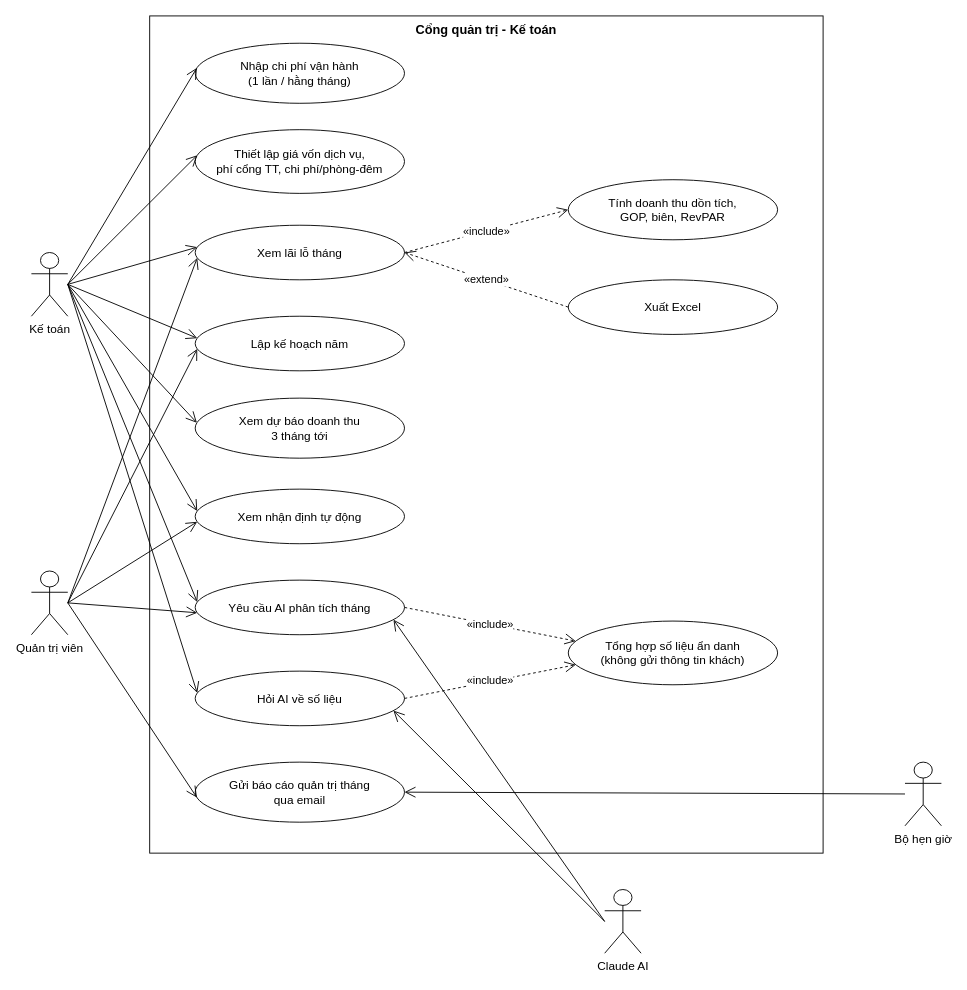
Above: docs/use-case/uc7-lai-lo-ai.drawio in ngynquchn2511/beach-hotel (draw.io), before the change. Source tidied: cells renumbered, new cells numbered last; positions are measured from the earlier drawing's top-left corner, leaving out a move shared by most shapes. Both pictures are drawn from the tidied source at 91%, with x=0, y=0 at pixel (31, 15).
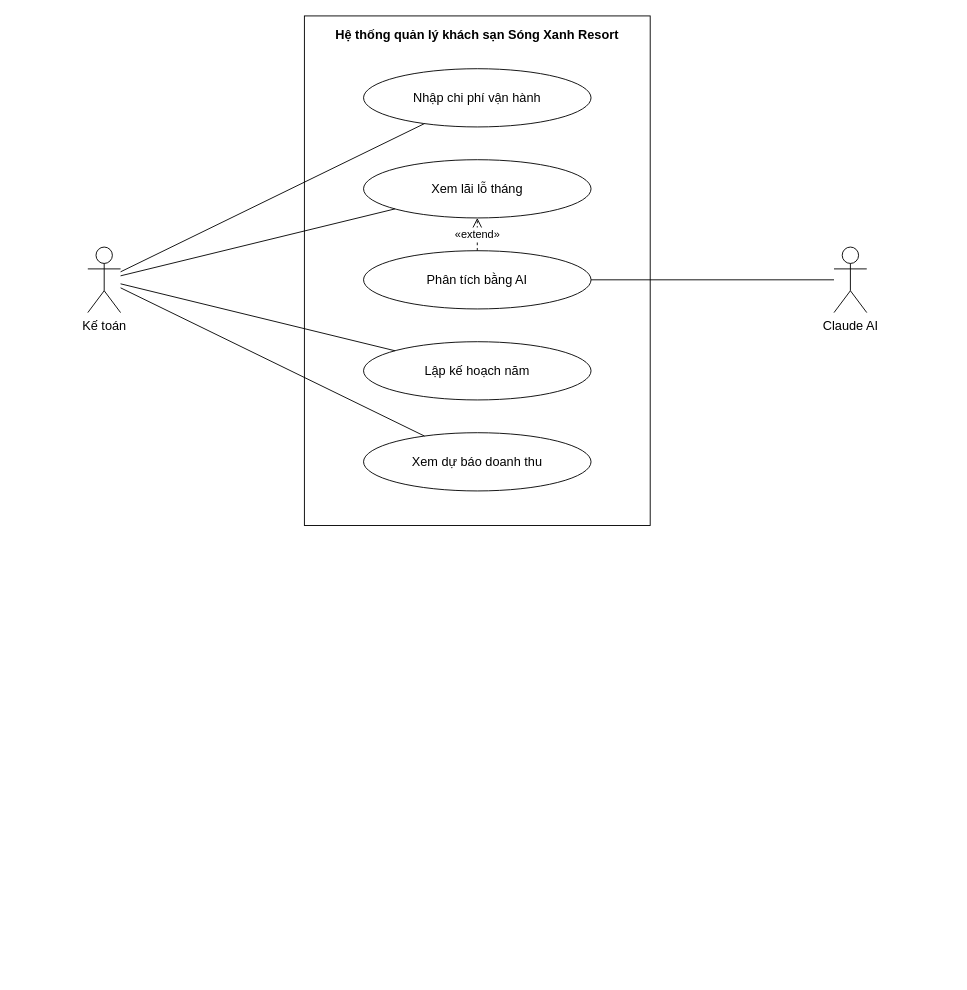
The same page after the edit.

What changed in the source:
```diff
@@
-<mxGraphModel>
+<mxGraphModel background="#FFFFFF">
@@
-    <mxCell id="2" value="Cổng quản trị - Kế toán" style="rounded=0;whiteSpace=wrap;html=1;verticalAlign=top;fontStyle=1;fontSize=14;fillColor=none;strokeColor=#000000;" parent="1" vertex="1">
-      <mxGeometry x="130" width="740" height="920" as="geometry" />
-    </mxCell>
+    <mxCell id="39" value="Hệ thống quản lý khách sạn Sóng Xanh Resort" style="fontFamily=Arial;fontColor=#000000;rounded=0;whiteSpace=wrap;html=1;verticalAlign=top;fontStyle=1;fontSize=14;fillColor=none;strokeColor=#000000;spacingTop=6;" parent="1" vertex="1">
+      <mxGeometry x="300" width="380" height="560" as="geometry" />
+    </mxCell>
+    <mxCell id="40" value="Nhập chi phí vận hành" style="fontFamily=Arial;fontColor=#000000;ellipse;whiteSpace=wrap;html=1;fillColor=#FFFFFF;strokeColor=#000000;fontSize=14;" parent="1" vertex="1">
+      <mxGeometry x="365" y="58" width="250" height="64" as="geometry" />
+    </mxCell>
+    <mxCell id="9" value="Xem lãi lỗ tháng" style="fontFamily=Arial;fontColor=#000000;ellipse;whiteSpace=wrap;html=1;fillColor=#FFFFFF;strokeColor=#000000;fontSize=14;" parent="1" vertex="1">
+      <mxGeometry x="365" y="158" width="250" height="64" as="geometry" />
+    </mxCell>
+    <mxCell id="41" value="Phân tích bằng AI" style="fontFamily=Arial;fontColor=#000000;ellipse;whiteSpace=wrap;html=1;fillColor=#FFFFFF;strokeColor=#000000;fontSize=14;" parent="1" vertex="1">
+      <mxGeometry x="365" y="258" width="250" height="64" as="geometry" />
+    </mxCell>
+    <mxCell id="10" value="Lập kế hoạch năm" style="fontFamily=Arial;fontColor=#000000;ellipse;whiteSpace=wrap;html=1;fillColor=#FFFFFF;strokeColor=#000000;fontSize=14;" parent="1" vertex="1">
+      <mxGeometry x="365" y="358" width="250" height="64" as="geometry" />
+    </mxCell>
+    <mxCell id="42" value="Xem dự báo doanh thu" style="fontFamily=Arial;fontColor=#000000;ellipse;whiteSpace=wrap;html=1;fillColor=#FFFFFF;strokeColor=#000000;fontSize=14;" parent="1" vertex="1">
+      <mxGeometry x="365" y="458" width="250" height="64" as="geometry" />
+    </mxCell>
-    <mxCell id="3" value="Kế toán" style="shape=umlActor;verticalLabelPosition=bottom;verticalAlign=top;html=1;outlineConnect=0;fillColor=#FFFFFF;strokeColor=#000000;fontSize=13;" parent="1" vertex="1">
-      <mxGeometry y="260" width="40" height="70" as="geometry" />
+    <mxCell id="3" value="Kế toán" style="fontFamily=Arial;fontColor=#000000;shape=umlActor;verticalLabelPosition=bottom;verticalAlign=top;html=1;outlineConnect=0;fillColor=#FFFFFF;strokeColor=#000000;fontSize=14;" parent="1" vertex="1">
+      <mxGeometry x="62" y="254" width="36" height="72" as="geometry" />
     </mxCell>
-    <mxCell id="4" value="Quản trị viên" style="shape=umlActor;verticalLabelPosition=bottom;verticalAlign=top;html=1;outlineConnect=0;fillColor=#FFFFFF;strokeColor=#000000;fontSize=13;" parent="1" vertex="1">
-      <mxGeometry y="610" width="40" height="70" as="geometry" />
-    </mxCell>
-    <mxCell id="5" value="Claude AI" style="shape=umlActor;verticalLabelPosition=bottom;verticalAlign=top;html=1;outlineConnect=0;fillColor=#FFFFFF;strokeColor=#000000;fontSize=13;" parent="1" vertex="1">
-      <mxGeometry x="630" y="960" width="40" height="70" as="geometry" />
+    <mxCell id="5" value="Claude AI" style="fontFamily=Arial;fontColor=#000000;shape=umlActor;verticalLabelPosition=bottom;verticalAlign=top;html=1;outlineConnect=0;fillColor=#FFFFFF;strokeColor=#000000;fontSize=14;" parent="1" vertex="1">
+      <mxGeometry x="882" y="254" width="36" height="72" as="geometry" />
     </mxCell>
-    <mxCell id="6" value="Bộ hẹn giờ" style="shape=umlActor;verticalLabelPosition=bottom;verticalAlign=top;html=1;outlineConnect=0;fillColor=#FFFFFF;strokeColor=#000000;fontSize=13;" parent="1" vertex="1">
-      <mxGeometry x="960" y="820" width="40" height="70" as="geometry" />
-    </mxCell>
-    <mxCell id="7" value="Nhập chi phí vận hành&lt;br&gt;(1 lần / hằng tháng)" style="ellipse;whiteSpace=wrap;html=1;fillColor=#FFFFFF;strokeColor=#000000;fontSize=13;" parent="1" vertex="1">
-      <mxGeometry x="180" y="30" width="230" height="66" as="geometry" />
-    </mxCell>
-    <mxCell id="8" value="Thiết lập giá vốn dịch vụ,&lt;br&gt;phí cổng TT, chi phí/phòng-đêm" style="ellipse;whiteSpace=wrap;html=1;fillColor=#FFFFFF;strokeColor=#000000;fontSize=13;" parent="1" vertex="1">
-      <mxGeometry x="180" y="125" width="230" height="70" as="geometry" />
-    </mxCell>
-    <mxCell id="9" value="Xem lãi lỗ tháng" style="ellipse;whiteSpace=wrap;html=1;fillColor=#FFFFFF;strokeColor=#000000;fontSize=13;" parent="1" vertex="1">
-      <mxGeometry x="180" y="230" width="230" height="60" as="geometry" />
-    </mxCell>
-    <mxCell id="10" value="Lập kế hoạch năm" style="ellipse;whiteSpace=wrap;html=1;fillColor=#FFFFFF;strokeColor=#000000;fontSize=13;" parent="1" vertex="1">
-      <mxGeometry x="180" y="330" width="230" height="60" as="geometry" />
-    </mxCell>
-    <mxCell id="11" value="Xem dự báo doanh thu&lt;br&gt;3 tháng tới" style="ellipse;whiteSpace=wrap;html=1;fillColor=#FFFFFF;strokeColor=#000000;fontSize=13;" parent="1" vertex="1">
-      <mxGeometry x="180" y="420" width="230" height="66" as="geometry" />
-    </mxCell>
-    <mxCell id="12" value="Xem nhận định tự động" style="ellipse;whiteSpace=wrap;html=1;fillColor=#FFFFFF;strokeColor=#000000;fontSize=13;" parent="1" vertex="1">
-      <mxGeometry x="180" y="520" width="230" height="60" as="geometry" />
-    </mxCell>
-    <mxCell id="13" value="Yêu cầu AI phân tích tháng" style="ellipse;whiteSpace=wrap;html=1;fillColor=#FFFFFF;strokeColor=#000000;fontSize=13;" parent="1" vertex="1">
-      <mxGeometry x="180" y="620" width="230" height="60" as="geometry" />
-    </mxCell>
-    <mxCell id="14" value="Hỏi AI về số liệu" style="ellipse;whiteSpace=wrap;html=1;fillColor=#FFFFFF;strokeColor=#000000;fontSize=13;" parent="1" vertex="1">
-      <mxGeometry x="180" y="720" width="230" height="60" as="geometry" />
-    </mxCell>
-    <mxCell id="15" value="Gửi báo cáo quản trị tháng&lt;br&gt;qua email" style="ellipse;whiteSpace=wrap;html=1;fillColor=#FFFFFF;strokeColor=#000000;fontSize=13;" parent="1" vertex="1">
-      <mxGeometry x="180" y="820" width="230" height="66" as="geometry" />
-    </mxCell>
-    <mxCell id="16" value="Tính doanh thu dồn tích,&lt;br&gt;GOP, biên, RevPAR" style="ellipse;whiteSpace=wrap;html=1;fillColor=#FFFFFF;strokeColor=#000000;fontSize=13;" parent="1" vertex="1">
-      <mxGeometry x="590" y="180" width="230" height="66" as="geometry" />
-    </mxCell>
-    <mxCell id="17" value="Xuất Excel" style="ellipse;whiteSpace=wrap;html=1;fillColor=#FFFFFF;strokeColor=#000000;fontSize=13;" parent="1" vertex="1">
-      <mxGeometry x="590" y="290" width="230" height="60" as="geometry" />
-    </mxCell>
-    <mxCell id="18" value="Tổng hợp số liệu ẩn danh&lt;br&gt;(không gửi thông tin khách)" style="ellipse;whiteSpace=wrap;html=1;fillColor=#FFFFFF;strokeColor=#000000;fontSize=13;" parent="1" vertex="1">
-      <mxGeometry x="590" y="665" width="230" height="70" as="geometry" />
-    </mxCell>
-    <mxCell id="19" style="endArrow=open;endSize=10;html=1;strokeColor=#000000;entryX=0;entryY=0.4;entryDx=0;entryDy=0;exitX=1;exitY=0.5;exitPerimeter=0;" parent="1" edge="1" source="3" target="7">
-      <mxGeometry relative="1" as="geometry" />
-    </mxCell>
-    <mxCell id="20" style="endArrow=open;endSize=10;html=1;strokeColor=#000000;entryX=0;entryY=0.4;entryDx=0;entryDy=0;exitX=1;exitY=0.5;exitPerimeter=0;" parent="1" edge="1" source="3" target="8">
-      <mxGeometry relative="1" as="geometry" />
-    </mxCell>
+    <mxCell id="43" style="fontFamily=Arial;fontColor=#000000;endArrow=none;html=1;strokeColor=#000000;rounded=0;" parent="1" edge="1" source="3" target="40">
+      <mxGeometry relative="1" as="geometry" />
+    </mxCell>
-    <mxCell id="21" style="endArrow=open;endSize=10;html=1;strokeColor=#000000;entryX=0;entryY=0.4;entryDx=0;entryDy=0;exitX=1;exitY=0.5;exitPerimeter=0;" parent="1" edge="1" source="3" target="9">
+    <mxCell id="21" style="fontFamily=Arial;fontColor=#000000;endArrow=none;html=1;strokeColor=#000000;rounded=0;" parent="1" edge="1" source="3" target="9">
       <mxGeometry relative="1" as="geometry" />
     </mxCell>
-    <mxCell id="22" style="endArrow=open;endSize=10;html=1;strokeColor=#000000;entryX=0;entryY=0.4;entryDx=0;entryDy=0;exitX=1;exitY=0.5;exitPerimeter=0;" parent="1" edge="1" source="3" target="10">
+    <mxCell id="22" style="fontFamily=Arial;fontColor=#000000;endArrow=none;html=1;strokeColor=#000000;rounded=0;" parent="1" edge="1" source="3" target="10">
       <mxGeometry relative="1" as="geometry" />
     </mxCell>
-    <mxCell id="23" style="endArrow=open;endSize=10;html=1;strokeColor=#000000;entryX=0;entryY=0.4;entryDx=0;entryDy=0;exitX=1;exitY=0.5;exitPerimeter=0;" parent="1" edge="1" source="3" target="11">
-      <mxGeometry relative="1" as="geometry" />
-    </mxCell>
-    <mxCell id="24" style="endArrow=open;endSize=10;html=1;strokeColor=#000000;entryX=0;entryY=0.4;entryDx=0;entryDy=0;exitX=1;exitY=0.5;exitPerimeter=0;" parent="1" edge="1" source="3" target="12">
-      <mxGeometry relative="1" as="geometry" />
-    </mxCell>
-    <mxCell id="25" style="endArrow=open;endSize=10;html=1;strokeColor=#000000;entryX=0;entryY=0.4;entryDx=0;entryDy=0;exitX=1;exitY=0.5;exitPerimeter=0;" parent="1" edge="1" source="3" target="13">
-      <mxGeometry relative="1" as="geometry" />
-    </mxCell>
-    <mxCell id="26" style="endArrow=open;endSize=10;html=1;strokeColor=#000000;entryX=0;entryY=0.4;entryDx=0;entryDy=0;exitX=1;exitY=0.5;exitPerimeter=0;" parent="1" edge="1" source="3" target="14">
-      <mxGeometry relative="1" as="geometry" />
-    </mxCell>
-    <mxCell id="27" style="endArrow=open;endSize=10;html=1;strokeColor=#000000;entryX=0;entryY=0.6;entryDx=0;entryDy=0;exitX=1;exitY=0.5;exitPerimeter=0;" parent="1" edge="1" source="4" target="9">
-      <mxGeometry relative="1" as="geometry" />
-    </mxCell>
-    <mxCell id="28" style="endArrow=open;endSize=10;html=1;strokeColor=#000000;entryX=0;entryY=0.6;entryDx=0;entryDy=0;exitX=1;exitY=0.5;exitPerimeter=0;" parent="1" edge="1" source="4" target="10">
-      <mxGeometry relative="1" as="geometry" />
-    </mxCell>
-    <mxCell id="29" style="endArrow=open;endSize=10;html=1;strokeColor=#000000;entryX=0;entryY=0.6;entryDx=0;entryDy=0;exitX=1;exitY=0.5;exitPerimeter=0;" parent="1" edge="1" source="4" target="12">
-      <mxGeometry relative="1" as="geometry" />
-    </mxCell>
-    <mxCell id="30" style="endArrow=open;endSize=10;html=1;strokeColor=#000000;entryX=0;entryY=0.6;entryDx=0;entryDy=0;exitX=1;exitY=0.5;exitPerimeter=0;" parent="1" edge="1" source="4" target="13">
-      <mxGeometry relative="1" as="geometry" />
-    </mxCell>
-    <mxCell id="31" style="endArrow=open;endSize=10;html=1;strokeColor=#000000;entryX=0;entryY=0.6;entryDx=0;entryDy=0;exitX=1;exitY=0.5;exitPerimeter=0;" parent="1" edge="1" source="4" target="15">
-      <mxGeometry relative="1" as="geometry" />
-    </mxCell>
-    <mxCell id="32" style="endArrow=open;endSize=10;html=1;strokeColor=#000000;entryX=1;entryY=0.75;entryDx=0;entryDy=0;exitX=0;exitY=0.5;exitPerimeter=0;" parent="1" edge="1" source="5" target="13">
-      <mxGeometry relative="1" as="geometry" />
-    </mxCell>
-    <mxCell id="33" style="endArrow=open;endSize=10;html=1;strokeColor=#000000;entryX=1;entryY=0.75;entryDx=0;entryDy=0;exitX=0;exitY=0.5;exitPerimeter=0;" parent="1" edge="1" source="5" target="14">
-      <mxGeometry relative="1" as="geometry" />
-    </mxCell>
-    <mxCell id="34" style="endArrow=open;endSize=10;html=1;strokeColor=#000000;entryX=1;entryY=0.5;entryDx=0;entryDy=0;exitX=0;exitY=0.5;exitPerimeter=0;" parent="1" edge="1" source="6" target="15">
-      <mxGeometry relative="1" as="geometry" />
-    </mxCell>
-    <mxCell id="35" value="«include»" style="endArrow=open;endSize=10;dashed=1;html=1;strokeColor=#000000;fontSize=12;labelBackgroundColor=#FFFFFF;exitX=1;exitY=0.5;exitDx=0;exitDy=0;entryX=0;entryY=0.5;entryDx=0;entryDy=0;" parent="1" edge="1" source="9" target="16">
-      <mxGeometry relative="1" as="geometry" />
-    </mxCell>
+    <mxCell id="44" style="fontFamily=Arial;fontColor=#000000;endArrow=none;html=1;strokeColor=#000000;rounded=0;" parent="1" edge="1" source="3" target="42">
+      <mxGeometry relative="1" as="geometry" />
+    </mxCell>
+    <mxCell id="45" style="fontFamily=Arial;fontColor=#000000;endArrow=none;html=1;strokeColor=#000000;rounded=0;" parent="1" edge="1" source="5" target="41">
+      <mxGeometry relative="1" as="geometry" />
+    </mxCell>
-    <mxCell id="36" value="«extend»" style="endArrow=open;endSize=10;dashed=1;html=1;strokeColor=#000000;fontSize=12;labelBackgroundColor=#FFFFFF;exitX=0;exitY=0.5;exitDx=0;exitDy=0;entryX=1;entryY=0.5;entryDx=0;entryDy=0;" parent="1" edge="1" source="17" target="9">
+    <mxCell id="36" value="«extend»" style="fontFamily=Arial;fontColor=#000000;endArrow=open;endSize=10;dashed=1;html=1;strokeColor=#000000;rounded=0;fontSize=12;labelBackgroundColor=#FFFFFF;exitX=0.5;exitY=0;exitDx=0;exitDy=0;exitPerimeter=0;entryX=0.5;entryY=1;entryDx=0;entryDy=0;entryPerimeter=0;" parent="1" edge="1" source="41" target="9">
       <mxGeometry relative="1" as="geometry" />
     </mxCell>
-    <mxCell id="37" value="«include»" style="endArrow=open;endSize=10;dashed=1;html=1;strokeColor=#000000;fontSize=12;labelBackgroundColor=#FFFFFF;exitX=1;exitY=0.5;exitDx=0;exitDy=0;entryX=0;entryY=0.3;entryDx=0;entryDy=0;" parent="1" edge="1" source="13" target="18">
-      <mxGeometry relative="1" as="geometry" />
-    </mxCell>
-    <mxCell id="38" value="«include»" style="endArrow=open;endSize=10;dashed=1;html=1;strokeColor=#000000;fontSize=12;labelBackgroundColor=#FFFFFF;exitX=1;exitY=0.5;exitDx=0;exitDy=0;entryX=0;entryY=0.7;entryDx=0;entryDy=0;" parent="1" edge="1" source="14" target="18">
-      <mxGeometry relative="1" as="geometry" />
-    </mxCell>
```
